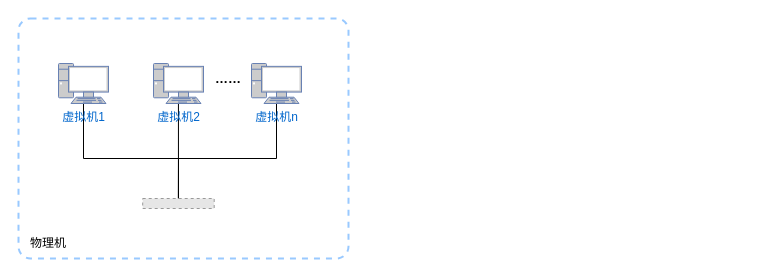
Above: drawio/虚拟机网络隔离.drawio in hezhuma/image-repo (draw.io), before the change. Source tidied: cells renumbered, new cells numbered last; positions are measured from the earlier drawing's top-left corner, leaving out a move shared by most shapes. Both pictures are drawn from the tidied source at 100%, with x=0, y=0 at pixel (18, 18). Pictures stored in the file or linked from it are replaced by grey dashed boxes.
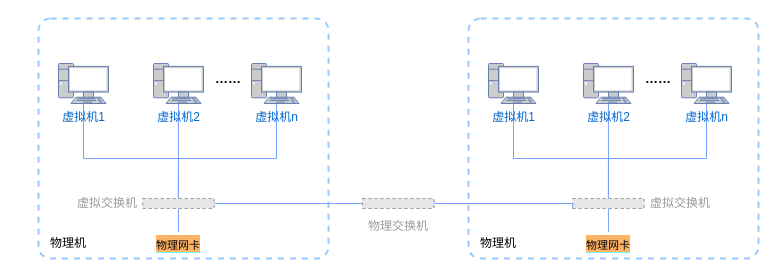
The same page after the edit.

Commit message (it also covers changes not shown here):
更新虚拟机网络隔离.drawio

Unchanged cells that the change refers to:
```xml
<mxCell id="4" value="虚拟机1" style="fontColor=#0066CC;verticalAlign=top;verticalLabelPosition=bottom;labelPosition=center;align=center;html=1;outlineConnect=0;fillColor=#CCCCCC;strokeColor=#6881B3;gradientColor=none;gradientDirection=north;strokeWidth=2;shape=mxgraph.networks.pc;" parent="1" vertex="1">
  <mxGeometry x="40" y="45" width="50" height="40" as="geometry" />
</mxCell>
<mxCell id="6" value="虚拟机2" style="fontColor=#0066CC;verticalAlign=top;verticalLabelPosition=bottom;labelPosition=center;align=center;html=1;outlineConnect=0;fillColor=#CCCCCC;strokeColor=#6881B3;gradientColor=none;gradientDirection=north;strokeWidth=2;shape=mxgraph.networks.pc;" parent="1" vertex="1">
  <mxGeometry x="135" y="45" width="50" height="40" as="geometry" />
</mxCell>
<mxCell id="8" value="虚拟机n" style="fontColor=#0066CC;verticalAlign=top;verticalLabelPosition=bottom;labelPosition=center;align=center;html=1;outlineConnect=0;fillColor=#CCCCCC;strokeColor=#6881B3;gradientColor=none;gradientDirection=north;strokeWidth=2;shape=mxgraph.networks.pc;" parent="1" vertex="1">
  <mxGeometry x="233" y="45" width="50" height="40" as="geometry" />
</mxCell>
<mxCell id="10" style="fillColor=#E6E6E6;strokeColor=#999999;dashed=1;verticalLabelPosition=bottom;labelBackgroundColor=default;verticalAlign=top;" parent="1" vertex="1">
  <mxGeometry x="124.2" y="180" width="71.5" height="10" as="geometry" />
</mxCell>
```

Diff of the diagram source:
```diff
@@
     <mxCell id="2" style="rounded=1;whiteSpace=wrap;html=1;arcSize=5;strokeWidth=2;dashed=1;strokeColor=#99C9FF;" parent="1" vertex="1">
-      <mxGeometry width="330" height="240" as="geometry" />
+      <mxGeometry x="20" width="290" height="240" as="geometry" />
     </mxCell>
-    <mxCell id="3" style="edgeStyle=orthogonalEdgeStyle;rounded=0;jettySize=auto;html=1;entryX=0.5;entryY=0;entryDx=0;entryDy=0;endArrow=none;endFill=0;" parent="1" edge="1" source="4" target="10">
+    <mxCell id="3" style="edgeStyle=orthogonalEdgeStyle;rounded=0;jettySize=auto;html=1;entryX=0.5;entryY=0;entryDx=0;entryDy=0;endArrow=none;endFill=0;strokeColor=#73A2FF;" parent="1" edge="1" source="4" target="10">
       <mxGeometry relative="1" as="geometry">
         <Array as="points">
           <mxPoint x="65" y="140" />
           <mxPoint x="160" y="140" />
         </Array>
       </mxGeometry>
     </mxCell>
@@
-    <mxCell id="5" style="edgeStyle=orthogonalEdgeStyle;rounded=0;jettySize=auto;html=1;entryX=0.5;entryY=0;entryDx=0;entryDy=0;endArrow=none;endFill=0;" parent="1" edge="1" source="6" target="10">
+    <mxCell id="5" style="edgeStyle=orthogonalEdgeStyle;rounded=0;jettySize=auto;html=1;entryX=0.5;entryY=0;entryDx=0;entryDy=0;endArrow=none;endFill=0;strokeColor=#73A2FF;" parent="1" edge="1" source="6" target="10">
       <mxGeometry relative="1" as="geometry" />
     </mxCell>
@@
-    <mxCell id="7" style="edgeStyle=orthogonalEdgeStyle;rounded=0;jettySize=auto;html=1;entryX=0.5;entryY=0;entryDx=0;entryDy=0;endArrow=none;endFill=0;" parent="1" edge="1" source="8" target="10">
+    <mxCell id="7" style="edgeStyle=orthogonalEdgeStyle;rounded=0;jettySize=auto;html=1;entryX=0.5;entryY=0;entryDx=0;entryDy=0;endArrow=none;endFill=0;strokeColor=#73A2FF;" parent="1" edge="1" source="8" target="10">
       <mxGeometry relative="1" as="geometry">
         <Array as="points">
           <mxPoint x="258" y="140" />
           <mxPoint x="160" y="140" />
         </Array>
       </mxGeometry>
     </mxCell>
@@
+    <mxCell id="12" style="edgeStyle=orthogonalEdgeStyle;rounded=0;jettySize=auto;html=1;exitX=0.5;exitY=1;exitDx=0;exitDy=0;entryX=0.5;entryY=0;entryDx=0;entryDy=0;endArrow=none;endFill=0;strokeColor=#73A2FF;" parent="1" edge="1" source="10" target="14">
+      <mxGeometry relative="1" as="geometry" />
+    </mxCell>
+    <mxCell id="13" style="edgeStyle=orthogonalEdgeStyle;rounded=0;jettySize=auto;html=1;entryX=0;entryY=0.5;entryDx=0;entryDy=0;strokeColor=#73A2FF;endArrow=none;endFill=0;" parent="1" edge="1" source="10" target="30">
+      <mxGeometry relative="1" as="geometry" />
+    </mxCell>
@@
     <mxCell id="11" value="物理机" style="text;html=1;strokeColor=none;fillColor=none;align=center;verticalAlign=middle;whiteSpace=wrap;rounded=0;" parent="1" vertex="1">
-      <mxGeometry y="210" width="60" height="30" as="geometry" />
+      <mxGeometry x="20" y="210" width="60" height="30" as="geometry" />
     </mxCell>
+    <mxCell id="14" value="&lt;span style=&quot;background-color: rgb(255, 179, 102);&quot;&gt;&lt;font style=&quot;font-size: 11px;&quot;&gt;物理网卡&lt;/font&gt;&lt;/span&gt;" style="rounded=0;whiteSpace=wrap;html=1;labelBackgroundColor=#69FFFF;fontSize=15;strokeWidth=1;strokeColor=#FFFFFF;" parent="1" vertex="1">
+      <mxGeometry x="130" y="213.8" width="60" height="22.5" as="geometry" />
+    </mxCell>
+    <mxCell id="15" style="rounded=1;whiteSpace=wrap;html=1;arcSize=5;strokeWidth=2;dashed=1;strokeColor=#99C9FF;" parent="1" vertex="1">
+      <mxGeometry x="450" width="290" height="240" as="geometry" />
+    </mxCell>
+    <mxCell id="16" style="edgeStyle=orthogonalEdgeStyle;rounded=0;jettySize=auto;html=1;entryX=0.5;entryY=0;entryDx=0;entryDy=0;endArrow=none;endFill=0;strokeColor=#73A2FF;" parent="1" edge="1" source="17" target="24">
+      <mxGeometry relative="1" as="geometry">
+        <Array as="points">
+          <mxPoint x="495" y="140" />
+          <mxPoint x="590" y="140" />
+        </Array>
+      </mxGeometry>
+    </mxCell>
+    <mxCell id="17" value="虚拟机1" style="fontColor=#0066CC;verticalAlign=top;verticalLabelPosition=bottom;labelPosition=center;align=center;html=1;outlineConnect=0;fillColor=#CCCCCC;strokeColor=#6881B3;gradientColor=none;gradientDirection=north;strokeWidth=2;shape=mxgraph.networks.pc;" parent="1" vertex="1">
+      <mxGeometry x="470" y="45" width="50" height="40" as="geometry" />
+    </mxCell>
+    <mxCell id="18" style="edgeStyle=orthogonalEdgeStyle;rounded=0;jettySize=auto;html=1;entryX=0.5;entryY=0;entryDx=0;entryDy=0;endArrow=none;endFill=0;strokeColor=#73A2FF;" parent="1" edge="1" source="19" target="24">
+      <mxGeometry relative="1" as="geometry" />
+    </mxCell>
+    <mxCell id="19" value="虚拟机2" style="fontColor=#0066CC;verticalAlign=top;verticalLabelPosition=bottom;labelPosition=center;align=center;html=1;outlineConnect=0;fillColor=#CCCCCC;strokeColor=#6881B3;gradientColor=none;gradientDirection=north;strokeWidth=2;shape=mxgraph.networks.pc;" parent="1" vertex="1">
+      <mxGeometry x="565" y="45" width="50" height="40" as="geometry" />
+    </mxCell>
+    <mxCell id="20" style="edgeStyle=orthogonalEdgeStyle;rounded=0;jettySize=auto;html=1;entryX=0.5;entryY=0;entryDx=0;entryDy=0;endArrow=none;endFill=0;strokeColor=#73A2FF;" parent="1" edge="1" source="21" target="24">
+      <mxGeometry relative="1" as="geometry">
+        <Array as="points">
+          <mxPoint x="688" y="140" />
+          <mxPoint x="590" y="140" />
+        </Array>
+      </mxGeometry>
+    </mxCell>
+    <mxCell id="21" value="虚拟机n" style="fontColor=#0066CC;verticalAlign=top;verticalLabelPosition=bottom;labelPosition=center;align=center;html=1;outlineConnect=0;fillColor=#CCCCCC;strokeColor=#6881B3;gradientColor=none;gradientDirection=north;strokeWidth=2;shape=mxgraph.networks.pc;" parent="1" vertex="1">
+      <mxGeometry x="663" y="45" width="50" height="40" as="geometry" />
+    </mxCell>
+    <mxCell id="22" value="&lt;b&gt;&lt;font style=&quot;font-size: 13px;&quot;&gt;……&lt;/font&gt;&lt;/b&gt;" style="text;html=1;strokeColor=none;fillColor=none;align=center;verticalAlign=middle;whiteSpace=wrap;rounded=0;" parent="1" vertex="1">
+      <mxGeometry x="610" y="45" width="60" height="30" as="geometry" />
+    </mxCell>
+    <mxCell id="23" style="edgeStyle=orthogonalEdgeStyle;rounded=0;jettySize=auto;html=1;exitX=0.5;exitY=1;exitDx=0;exitDy=0;entryX=0.5;entryY=0;entryDx=0;entryDy=0;endArrow=none;endFill=0;strokeColor=#73A2FF;" parent="1" edge="1" source="24" target="26">
+      <mxGeometry relative="1" as="geometry" />
+    </mxCell>
+    <mxCell id="24" style="fillColor=#E6E6E6;strokeColor=#999999;dashed=1;verticalLabelPosition=bottom;labelBackgroundColor=default;verticalAlign=top;" parent="1" vertex="1">
+      <mxGeometry x="554.2" y="180" width="71.5" height="10" as="geometry" />
+    </mxCell>
+    <mxCell id="25" value="物理机" style="text;html=1;strokeColor=none;fillColor=none;align=center;verticalAlign=middle;whiteSpace=wrap;rounded=0;" parent="1" vertex="1">
+      <mxGeometry x="450" y="210" width="60" height="30" as="geometry" />
+    </mxCell>
+    <mxCell id="26" value="&lt;span style=&quot;background-color: rgb(255, 179, 102);&quot;&gt;&lt;font style=&quot;font-size: 11px;&quot;&gt;物理网卡&lt;/font&gt;&lt;/span&gt;" style="rounded=0;whiteSpace=wrap;html=1;labelBackgroundColor=#69FFFF;fontSize=15;strokeWidth=1;strokeColor=#FFFFFF;" parent="1" vertex="1">
+      <mxGeometry x="560" y="213.8" width="60" height="22.5" as="geometry" />
+    </mxCell>
+    <mxCell id="27" value="&lt;font color=&quot;#999999&quot;&gt;虚拟交换机&lt;/font&gt;" style="text;html=1;strokeColor=none;fillColor=none;align=center;verticalAlign=middle;whiteSpace=wrap;rounded=0;labelBackgroundColor=#FFFFFF;strokeWidth=1;fontSize=12;fontColor=#FFFFFF;" parent="1" vertex="1">
+      <mxGeometry x="52.5" y="167.5" width="71.8" height="35" as="geometry" />
+    </mxCell>
+    <mxCell id="28" value="&lt;font color=&quot;#999999&quot;&gt;虚拟交换机&lt;/font&gt;" style="text;html=1;strokeColor=none;fillColor=none;align=center;verticalAlign=middle;whiteSpace=wrap;rounded=0;labelBackgroundColor=#FFFFFF;strokeWidth=1;fontSize=12;fontColor=#FFFFFF;" parent="1" vertex="1">
+      <mxGeometry x="625.8" y="167.5" width="71.8" height="35" as="geometry" />
+    </mxCell>
+    <mxCell id="29" style="edgeStyle=orthogonalEdgeStyle;rounded=0;jettySize=auto;html=1;exitX=1;exitY=0.25;exitDx=0;exitDy=0;entryX=0;entryY=1;entryDx=0;entryDy=0;strokeColor=#73A2FF;endArrow=none;endFill=0;" parent="1" edge="1" source="30" target="24">
+      <mxGeometry relative="1" as="geometry">
+        <Array as="points">
+          <mxPoint x="416" y="185" />
+          <mxPoint x="554" y="185" />
+        </Array>
+      </mxGeometry>
+    </mxCell>
+    <mxCell id="30" style="fillColor=#E6E6E6;strokeColor=#999999;dashed=1;verticalLabelPosition=bottom;labelBackgroundColor=default;verticalAlign=top;" parent="1" vertex="1">
+      <mxGeometry x="344" y="180" width="71.5" height="10" as="geometry" />
+    </mxCell>
+    <mxCell id="31" value="&lt;font color=&quot;#999999&quot;&gt;物理交换机&lt;/font&gt;" style="text;html=1;strokeColor=none;fillColor=none;align=center;verticalAlign=middle;whiteSpace=wrap;rounded=0;labelBackgroundColor=#FFFFFF;strokeWidth=1;fontSize=12;fontColor=#FFFFFF;" parent="1" vertex="1">
+      <mxGeometry x="344" y="190" width="71.8" height="35" as="geometry" />
+    </mxCell>
```
